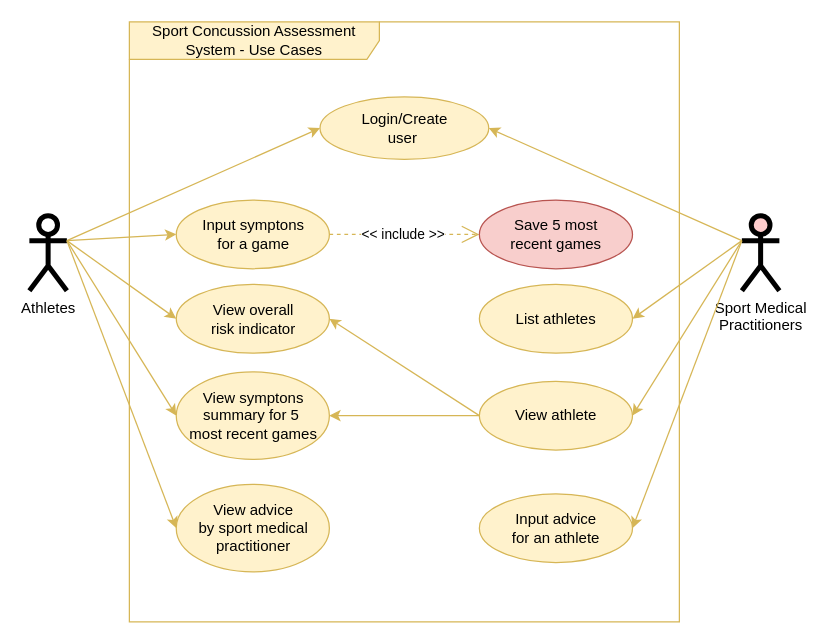
The draw.io diagram Sport Concussion Assessment System/usecases_diagram.drawio in hiroto0222/CSE598-ASAD, before the edit. Source tidied: cells renumbered, new cells numbered last; positions are measured from the earlier drawing's top-left corner, leaving out a move shared by most shapes. Both pictures are drawn from the tidied source at 125%, with x=0, y=0 at pixel (29, 21).
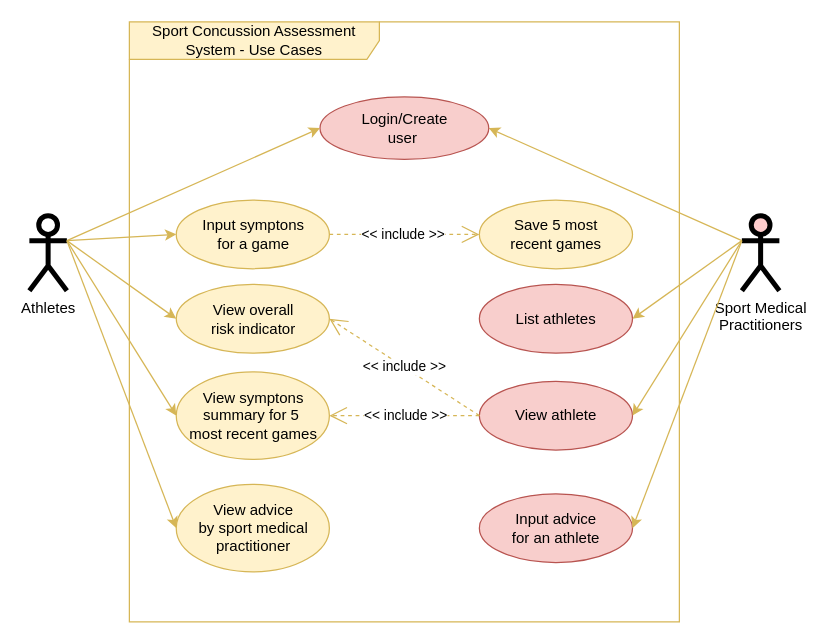
The same page after the edit.

Unchanged cells that the change refers to:
```xml
<mxCell id="14" value="View overall&lt;br&gt;risk indicator" style="ellipse;whiteSpace=wrap;html=1;fillColor=#fff2cc;strokeColor=#d6b656;" parent="1" vertex="1">
  <mxGeometry x="117.5" y="210" width="122.5" height="55" as="geometry" />
</mxCell>
<mxCell id="15" value="View symptons&lt;br&gt;summary for 5&amp;nbsp;&lt;br&gt;most recent games" style="ellipse;whiteSpace=wrap;html=1;fillColor=#fff2cc;strokeColor=#d6b656;" parent="1" vertex="1">
  <mxGeometry x="117.5" y="280" width="122.5" height="70" as="geometry" />
</mxCell>
```

What changed in the source:
```diff
@@
-    <mxCell id="11" value="Login/Create&lt;br&gt;user&amp;nbsp;" style="ellipse;whiteSpace=wrap;html=1;fillColor=#fff2cc;strokeColor=#d6b656;" parent="1" vertex="1">
+    <mxCell id="11" value="Login/Create&lt;br&gt;user&amp;nbsp;" style="ellipse;whiteSpace=wrap;html=1;fillColor=#f8cecc;strokeColor=#b85450;" parent="1" vertex="1">
       <mxGeometry x="232.5" y="60" width="135" height="50" as="geometry" />
     </mxCell>
@@
-    <mxCell id="13" value="Save 5 most&lt;br&gt;recent games" style="ellipse;whiteSpace=wrap;html=1;fillColor=#f8cecc;strokeColor=#b85450;" parent="1" vertex="1">
+    <mxCell id="13" value="Save 5 most&lt;br&gt;recent games" style="ellipse;whiteSpace=wrap;html=1;fillColor=#fff2cc;strokeColor=#d6b656;" parent="1" vertex="1">
       <mxGeometry x="360" y="142.5" width="122.5" height="55" as="geometry" />
     </mxCell>
@@
-    <mxCell id="18" value="List athletes" style="ellipse;whiteSpace=wrap;html=1;fillColor=#fff2cc;strokeColor=#d6b656;" parent="1" vertex="1">
+    <mxCell id="18" value="List athletes" style="ellipse;whiteSpace=wrap;html=1;fillColor=#f8cecc;strokeColor=#b85450;" parent="1" vertex="1">
       <mxGeometry x="360" y="210" width="122.5" height="55" as="geometry" />
     </mxCell>
@@
-    <mxCell id="20" value="Input advice&lt;br&gt;for an athlete" style="ellipse;whiteSpace=wrap;html=1;fillColor=#fff2cc;strokeColor=#d6b656;" parent="1" vertex="1">
+    <mxCell id="20" value="Input advice&lt;br&gt;for an athlete" style="ellipse;whiteSpace=wrap;html=1;fillColor=#f8cecc;strokeColor=#b85450;" parent="1" vertex="1">
       <mxGeometry x="360" y="377.5" width="122.5" height="55" as="geometry" />
     </mxCell>
@@
-    <mxCell id="22" value="View athlete" style="ellipse;whiteSpace=wrap;html=1;fillColor=#fff2cc;strokeColor=#d6b656;" parent="1" vertex="1">
+    <mxCell id="22" value="View athlete" style="ellipse;whiteSpace=wrap;html=1;fillColor=#f8cecc;strokeColor=#b85450;" parent="1" vertex="1">
       <mxGeometry x="360" y="287.5" width="122.5" height="55" as="geometry" />
     </mxCell>
@@
-    <mxCell id="24" style="rounded=0;html=1;exitX=0;exitY=0.5;jettySize=auto;fontColor=#000099;strokeColor=#d6b656;fillColor=#fff2cc;exitDx=0;exitDy=0;entryX=1;entryY=0.5;entryDx=0;entryDy=0;" parent="1" edge="1" source="22" target="14">
-      <mxGeometry relative="1" as="geometry" />
-    </mxCell>
-    <mxCell id="25" style="rounded=0;html=1;exitX=0;exitY=0.5;jettySize=auto;fontColor=#000099;strokeColor=#d6b656;fillColor=#fff2cc;exitDx=0;exitDy=0;entryX=1;entryY=0.5;entryDx=0;entryDy=0;" parent="1" edge="1" source="22" target="15">
-      <mxGeometry relative="1" as="geometry" />
+    <mxCell id="25" value="&lt;font color=&quot;#000000&quot;&gt;&amp;lt;&amp;lt; include &amp;gt;&amp;gt;&lt;/font&gt;" style="endArrow=open;endSize=12;dashed=1;html=1;exitX=0;exitY=0.5;entryX=1;entryY=0.5;fontColor=#000099;strokeColor=#d6b656;entryDx=0;entryDy=0;fillColor=#fff2cc;exitDx=0;exitDy=0;" parent="1" edge="1" source="22" target="14">
+      <mxGeometry x="-0.01" relative="1" as="geometry" />
     </mxCell>
+    <mxCell id="26" value="&lt;font color=&quot;#000000&quot;&gt;&amp;lt;&amp;lt; include &amp;gt;&amp;gt;&lt;/font&gt;" style="endArrow=open;endSize=12;dashed=1;html=1;exitX=0;exitY=0.5;entryX=1;entryY=0.5;fontColor=#000099;strokeColor=#d6b656;entryDx=0;entryDy=0;fillColor=#fff2cc;exitDx=0;exitDy=0;" parent="1" edge="1" source="22" target="15">
+      <mxGeometry x="-0.01" relative="1" as="geometry" />
+    </mxCell>
```
